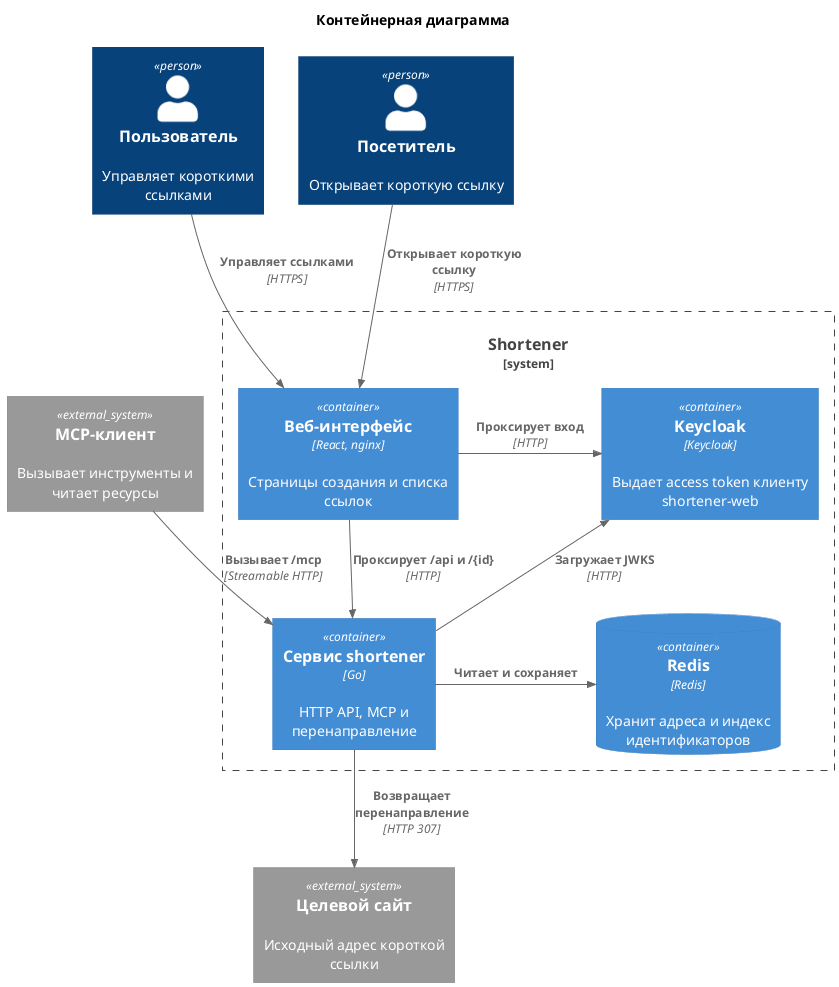
This is schemas/images/system-containers.png from arvaliullin/shortener, a PlantUML export, as it was before one commit.
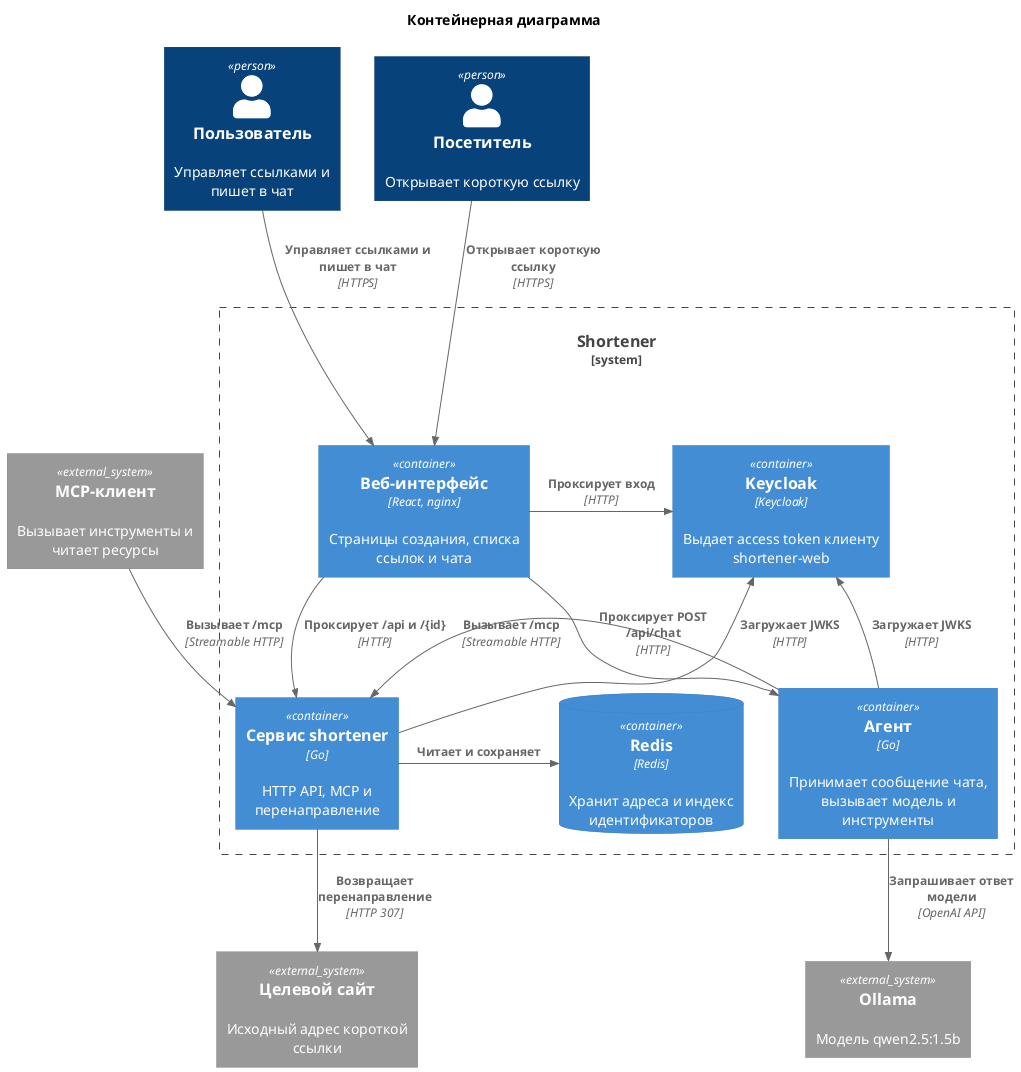
After the commit.

What changed in the source:
```diff
@@ -4,14 +4,16 @@
 
 title Контейнерная диаграмма
 
-Person(user, "Пользователь", "Управляет короткими ссылками")
+Person(user, "Пользователь", "Управляет ссылками и пишет в чат")
 Person(visitor, "Посетитель", "Открывает короткую ссылку")
 System_Ext(mcp_client, "MCP-клиент", "Вызывает инструменты и читает ресурсы")
 System_Ext(target, "Целевой сайт", "Исходный адрес короткой ссылки")
+System_Ext(ollama, "Ollama", "Модель qwen2.5:1.5b")
 
 System_Boundary(system, "Shortener") {
-  Container(web, "Веб-интерфейс", "React, nginx", "Страницы создания и списка ссылок")
+  Container(web, "Веб-интерфейс", "React, nginx", "Страницы создания, списка ссылок и чата")
   Container(keycloak, "Keycloak", "Keycloak", "Выдает access token клиенту shortener-web")
+  Container(agent, "Агент", "Go", "Принимает сообщение чата, вызывает модель и инструменты")
   Container(api, "Сервис shortener", "Go", "HTTP API, MCP и перенаправление")
   ContainerDb(redis, "Redis", "Redis", "Хранит адреса и индекс идентификаторов")
 }
@@ -20,16 +22,22 @@
 Lay_D(visitor, web)
 Lay_L(web, mcp_client)
 Lay_R(web, keycloak)
-Lay_D(web, api)
+Lay_D(web, agent)
+Lay_L(api, agent)
 Lay_R(api, redis)
 Lay_D(api, target)
+Lay_D(agent, ollama)
 
-Rel_D(user, web, "Управляет ссылками", "HTTPS")
+Rel_D(user, web, "Управляет ссылками и пишет в чат", "HTTPS")
 Rel_D(visitor, web, "Открывает короткую ссылку", "HTTPS")
 Rel_R(mcp_client, api, "Вызывает /mcp", "Streamable HTTP")
 Rel_R(web, keycloak, "Проксирует вход", "HTTP")
 Rel_D(web, api, "Проксирует /api и /{id}", "HTTP")
+Rel_D(web, agent, "Проксирует POST /api/chat", "HTTP")
 Rel_U(api, keycloak, "Загружает JWKS", "HTTP")
+Rel_U(agent, keycloak, "Загружает JWKS", "HTTP")
+Rel_L(agent, api, "Вызывает /mcp", "Streamable HTTP")
+Rel_D(agent, ollama, "Запрашивает ответ модели", "OpenAI API")
 Rel_R(api, redis, "Читает и сохраняет")
 Rel_D(api, target, "Возвращает перенаправление", "HTTP 307")
 
```
